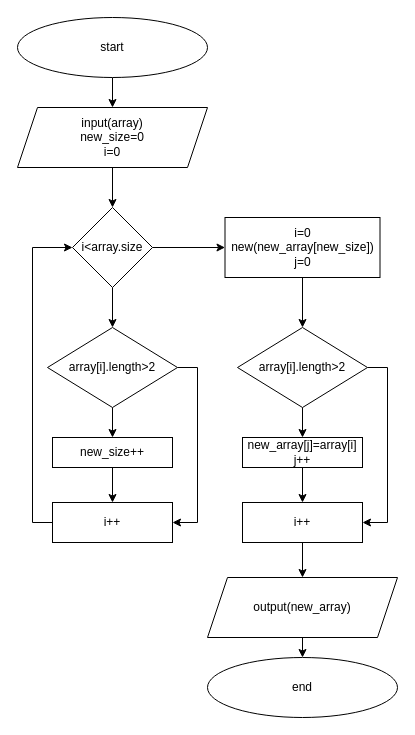
Earlier version of the draw.io diagram task/block_diagram.drawio (Barabulko/final_pract). Source tidied: cells renumbered, new cells numbered last; positions are measured from the earlier drawing's top-left corner, leaving out a move shared by most shapes. Both pictures are drawn from the tidied source at 100%, with x=0, y=0 at pixel (17, 17).
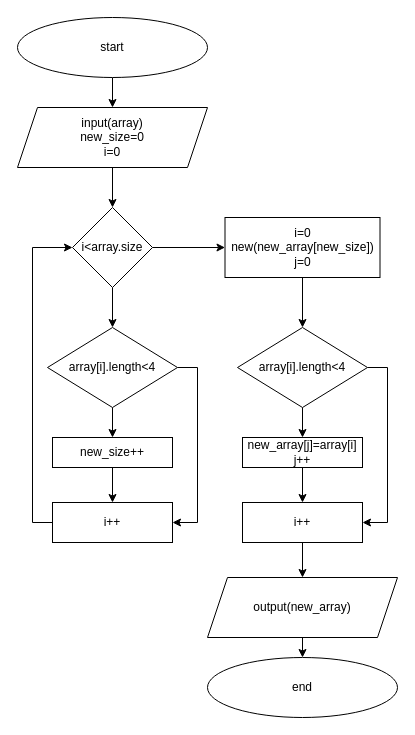
The same diagram, later.

What changed in the source:
```diff
@@
-    <mxCell id="11" value="array[i].length&amp;gt;2" style="rhombus;whiteSpace=wrap;html=1;" parent="1" vertex="1">
+    <mxCell id="11" value="array[i].length&amp;lt;4" style="rhombus;whiteSpace=wrap;html=1;" parent="1" vertex="1">
       <mxGeometry x="30" y="310" width="130" height="80" as="geometry" />
     </mxCell>
@@
-    <mxCell id="18" value="array[i].length&amp;gt;2" style="rhombus;whiteSpace=wrap;html=1;" parent="1" vertex="1">
+    <mxCell id="18" value="array[i].length&amp;lt;4" style="rhombus;whiteSpace=wrap;html=1;" parent="1" vertex="1">
       <mxGeometry x="220" y="310" width="130" height="80" as="geometry" />
     </mxCell>
```
